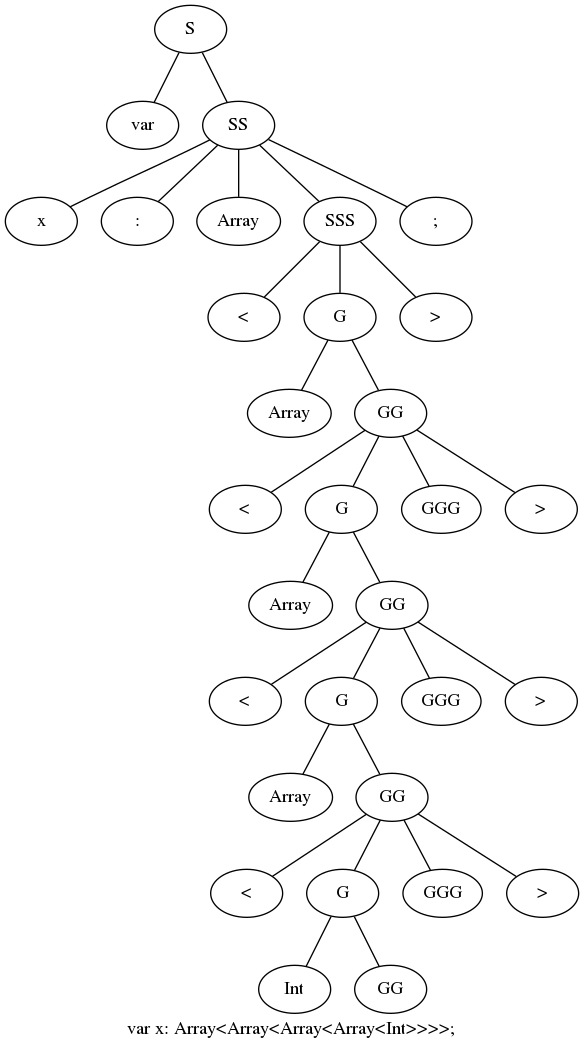
Earlier version of the Graphviz export graphs/deep.dot.png (Garuda-1/MT_HW2). Its source is kept beside it as graphs/deep.dot.
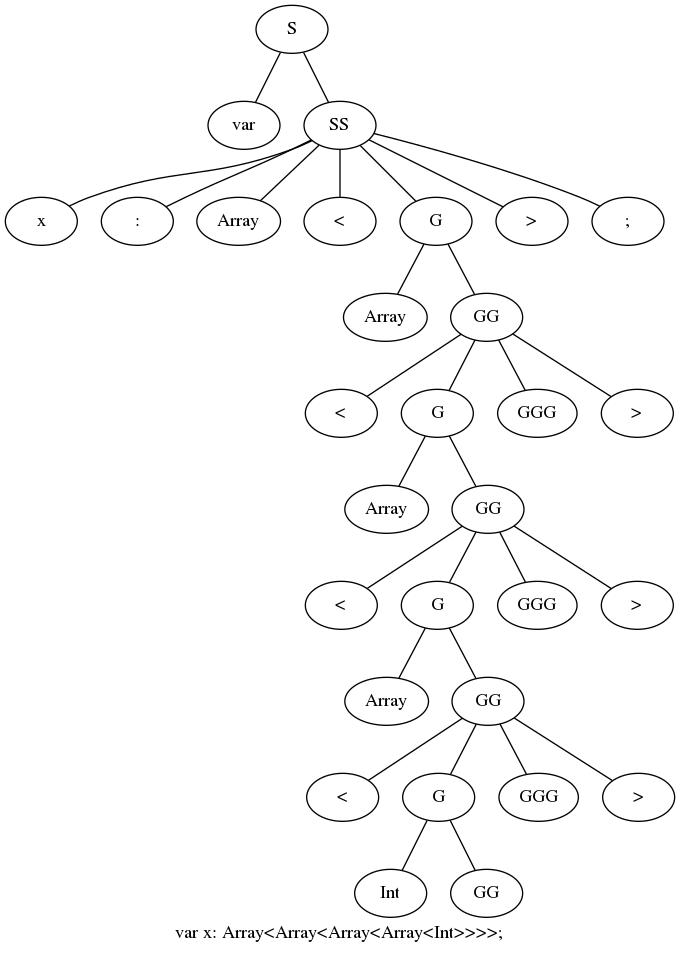
Later version of the same file.

Change to the diagram source:
```diff
@@ -13,55 +13,53 @@
 	n002 -- n005 ;
 	n002 -- n006 ;
 	n002 -- n007 ;
+	n002 -- n008 ;
+	n002 -- n009 ;
 	n003 [label="x"] ;
 	n004 [label=":"] ;
 	n005 [label="Array"] ;
-	n006 [label="SSS"] ;
-	n006 -- n008 ;
-	n006 -- n009 ;
-	n006 -- n010 ;
-	n007 [label=";"] ;
-	n008 [label="<"] ;
-	n009 [label="G"] ;
-	n009 -- n011 ;
-	n009 -- n012 ;
-	n010 [label=">"] ;
-	n011 [label="Array"] ;
-	n012 [label="GG"] ;
-	n012 -- n013 ;
-	n012 -- n014 ;
-	n012 -- n015 ;
-	n012 -- n016 ;
-	n013 [label="<"] ;
-	n014 [label="G"] ;
-	n014 -- n017 ;
-	n014 -- n018 ;
-	n015 [label="GGG"] ;
-	n016 [label=">"] ;
-	n017 [label="Array"] ;
-	n018 [label="GG"] ;
-	n018 -- n019 ;
-	n018 -- n020 ;
-	n018 -- n021 ;
-	n018 -- n022 ;
-	n019 [label="<"] ;
-	n020 [label="G"] ;
-	n020 -- n023 ;
-	n020 -- n024 ;
-	n021 [label="GGG"] ;
-	n022 [label=">"] ;
-	n023 [label="Array"] ;
-	n024 [label="GG"] ;
-	n024 -- n025 ;
-	n024 -- n026 ;
-	n024 -- n027 ;
-	n024 -- n028 ;
-	n025 [label="<"] ;
-	n026 [label="G"] ;
-	n026 -- n029 ;
-	n026 -- n030 ;
-	n027 [label="GGG"] ;
-	n028 [label=">"] ;
-	n029 [label="Int"] ;
-	n030 [label="GG"] ;
+	n006 [label="<"] ;
+	n007 [label="G"] ;
+	n007 -- n010 ;
+	n007 -- n011 ;
+	n008 [label=">"] ;
+	n009 [label=";"] ;
+	n010 [label="Array"] ;
+	n011 [label="GG"] ;
+	n011 -- n012 ;
+	n011 -- n013 ;
+	n011 -- n014 ;
+	n011 -- n015 ;
+	n012 [label="<"] ;
+	n013 [label="G"] ;
+	n013 -- n016 ;
+	n013 -- n017 ;
+	n014 [label="GGG"] ;
+	n015 [label=">"] ;
+	n016 [label="Array"] ;
+	n017 [label="GG"] ;
+	n017 -- n018 ;
+	n017 -- n019 ;
+	n017 -- n020 ;
+	n017 -- n021 ;
+	n018 [label="<"] ;
+	n019 [label="G"] ;
+	n019 -- n022 ;
+	n019 -- n023 ;
+	n020 [label="GGG"] ;
+	n021 [label=">"] ;
+	n022 [label="Array"] ;
+	n023 [label="GG"] ;
+	n023 -- n024 ;
+	n023 -- n025 ;
+	n023 -- n026 ;
+	n023 -- n027 ;
+	n024 [label="<"] ;
+	n025 [label="G"] ;
+	n025 -- n028 ;
+	n025 -- n029 ;
+	n026 [label="GGG"] ;
+	n027 [label=">"] ;
+	n028 [label="Int"] ;
+	n029 [label="GG"] ;
 	}
```
